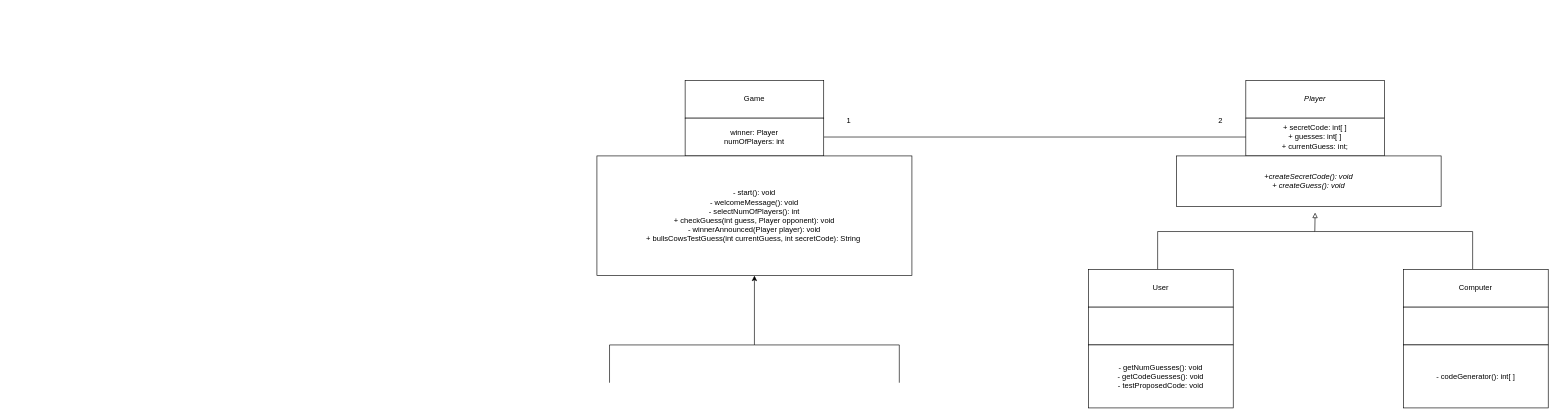
The draw.io diagram Assignment2-UML.drawio in ben-porteous/CompSci718-Miscellaneous, before the edit. Source tidied: cells renumbered, new cells numbered last; positions are measured from the earlier drawing's top-left corner, leaving out a move shared by most shapes. Both pictures are drawn from the tidied source at 63%, with x=0, y=0 at pixel (597, 80).
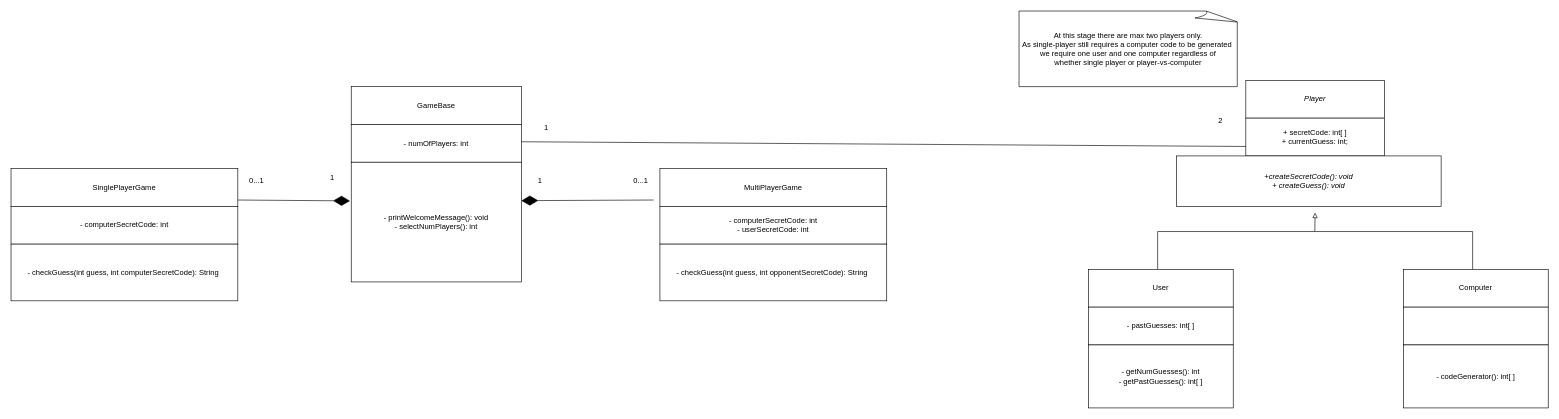
Above is the later version.

What changed in the source:
```diff
@@
-    <mxCell id="3" value="+ secretCode: int[ ]&lt;div&gt;+ guesses: int[ ]&lt;/div&gt;&lt;div&gt;+ currentGuess: int;&lt;/div&gt;" style="rounded=0;whiteSpace=wrap;html=1;" parent="1" vertex="1">
+    <mxCell id="3" value="+ secretCode: int[ ]&lt;div&gt;+ currentGuess: int;&lt;/div&gt;" style="rounded=0;whiteSpace=wrap;html=1;" parent="1" vertex="1">
       <mxGeometry x="1030" y="60" width="220" height="60" as="geometry" />
     </mxCell>
@@
-    <mxCell id="11" style="rounded=0;whiteSpace=wrap;html=1;" parent="1" vertex="1">
+    <mxCell id="11" value="- pastGuesses: int[ ]" style="rounded=0;whiteSpace=wrap;html=1;" parent="1" vertex="1">
       <mxGeometry x="780" y="360" width="230" height="60" as="geometry" />
     </mxCell>
-    <mxCell id="12" value="- getNumGuesses(): void&lt;br&gt;&lt;div&gt;- getCodeGuesses(): void&lt;/div&gt;&lt;div&gt;- testProposedCode: void&lt;/div&gt;" style="rounded=0;whiteSpace=wrap;html=1;" parent="1" vertex="1">
+    <mxCell id="12" value="- getNumGuesses(): int&lt;br&gt;&lt;div&gt;- getPastGuesses(): int[ ]&lt;br&gt;&lt;/div&gt;" style="rounded=0;whiteSpace=wrap;html=1;" parent="1" vertex="1">
       <mxGeometry x="780" y="420" width="230" height="100" as="geometry" />
     </mxCell>
@@
-    <mxCell id="16" style="endArrow=none;html=1;rounded=0;entryX=0;entryY=0.5;entryDx=0;entryDy=0;" parent="1" edge="1" target="3">
+    <mxCell id="16" style="endArrow=none;html=1;rounded=0;entryX=0;entryY=0.75;entryDx=0;entryDy=0;exitX=1;exitY=0.25;exitDx=0;exitDy=0;" parent="1" edge="1" target="3">
       <mxGeometry relative="1" as="geometry">
-        <mxPoint x="360" y="90" as="sourcePoint" />
+        <mxPoint x="-120" y="97.5" as="sourcePoint" />
       </mxGeometry>
     </mxCell>
-    <mxCell id="17" value="Game" style="rounded=0;whiteSpace=wrap;html=1;" parent="1" vertex="1">
-      <mxGeometry x="140" width="220" height="60" as="geometry" />
+    <mxCell id="17" value="GameBase" style="rounded=0;whiteSpace=wrap;html=1;" parent="1" vertex="1">
+      <mxGeometry x="-390" y="10" width="270" height="60" as="geometry" />
     </mxCell>
-    <mxCell id="18" value="winner: Player&lt;div&gt;numOfPlayers: int&lt;/div&gt;" style="rounded=0;whiteSpace=wrap;html=1;" parent="1" vertex="1">
-      <mxGeometry x="140" y="60" width="220" height="60" as="geometry" />
+    <mxCell id="18" value="&lt;div&gt;- numOfPlayers: int&lt;/div&gt;" style="rounded=0;whiteSpace=wrap;html=1;" parent="1" vertex="1">
+      <mxGeometry x="-390" y="70" width="270" height="60" as="geometry" />
     </mxCell>
-    <mxCell id="19" value="- start(): void&lt;div&gt;-&amp;nbsp;welcomeMessage(): void&lt;/div&gt;&lt;div&gt;- selectNumOfPlayers(): int&lt;/div&gt;&lt;div&gt;+ checkGuess(int guess, Player opponent): void&lt;br&gt;&lt;div&gt;- winnerAnnounced(Player player): void&lt;br&gt;&lt;/div&gt;&lt;/div&gt;&lt;div&gt;+ bullsCowsTestGuess(int currentGuess, int secretCode): String&amp;nbsp;&lt;/div&gt;" style="rounded=0;whiteSpace=wrap;html=1;" parent="1" vertex="1">
-      <mxGeometry y="120" width="500" height="190" as="geometry" />
+    <mxCell id="19" value="&lt;div&gt;- printWelcomeMessage(): void&lt;/div&gt;&lt;div&gt;- selectNumPlayers(): int&lt;/div&gt;" style="rounded=0;whiteSpace=wrap;html=1;" parent="1" vertex="1">
+      <mxGeometry x="-390" y="130" width="270" height="190" as="geometry" />
     </mxCell>
     <mxCell id="20" value="1" style="text;html=1;align=center;verticalAlign=middle;whiteSpace=wrap;rounded=0;" parent="1" vertex="1">
-      <mxGeometry x="370" y="50" width="60" height="30" as="geometry" />
+      <mxGeometry x="-110" y="60" width="60" height="30" as="geometry" />
     </mxCell>
@@
-    <mxCell id="22" style="endArrow=classic;html=1;rounded=0;entryX=0.5;entryY=1;entryDx=0;entryDy=0;" parent="1" edge="1" target="19">
-      <mxGeometry relative="1" as="geometry">
-        <mxPoint x="20" y="420" as="sourcePoint" />
-        <Array as="points">
-          <mxPoint x="250" y="420" />
-        </Array>
-      </mxGeometry>
-    </mxCell>
-    <mxCell id="23" style="endArrow=none;html=1;rounded=0;" parent="1" edge="1">
-      <mxGeometry relative="1" as="geometry">
-        <mxPoint x="480" y="420" as="sourcePoint" />
-        <mxPoint x="250" y="420" as="targetPoint" />
-      </mxGeometry>
-    </mxCell>
-    <mxCell id="24" style="endArrow=none;html=1;rounded=0;" parent="1" edge="1">
-      <mxGeometry relative="1" as="geometry">
-        <mxPoint x="480" y="480" as="sourcePoint" />
-        <mxPoint x="480" y="420" as="targetPoint" />
-      </mxGeometry>
-    </mxCell>
-    <mxCell id="25" style="endArrow=none;html=1;rounded=0;" parent="1" edge="1">
-      <mxGeometry relative="1" as="geometry">
-        <mxPoint x="20" y="480" as="sourcePoint" />
-        <mxPoint x="20" y="420" as="targetPoint" />
-      </mxGeometry>
-    </mxCell>
+    <mxCell id="26" value="SinglePlayerGame" style="rounded=0;whiteSpace=wrap;html=1;" parent="1" vertex="1">
+      <mxGeometry x="-930" y="140" width="360" height="60" as="geometry" />
+    </mxCell>
+    <mxCell id="27" value="- computerSecretCode: int" style="rounded=0;whiteSpace=wrap;html=1;" parent="1" vertex="1">
+      <mxGeometry x="-930" y="200" width="360" height="60" as="geometry" />
+    </mxCell>
+    <mxCell id="28" value="&lt;div&gt;- checkGuess(int guess, int computerSecretCode): String&amp;nbsp;&lt;/div&gt;" style="rounded=0;whiteSpace=wrap;html=1;" parent="1" vertex="1">
+      <mxGeometry x="-930" y="260" width="360" height="90" as="geometry" />
+    </mxCell>
+    <mxCell id="29" value="MultiPlayerGame" style="rounded=0;whiteSpace=wrap;html=1;" parent="1" vertex="1">
+      <mxGeometry x="100" y="140" width="360" height="60" as="geometry" />
+    </mxCell>
+    <mxCell id="30" value="- computerSecretCode: int&lt;div&gt;- userSecretCode: int&lt;/div&gt;" style="rounded=0;whiteSpace=wrap;html=1;" parent="1" vertex="1">
+      <mxGeometry x="100" y="200" width="360" height="60" as="geometry" />
+    </mxCell>
+    <mxCell id="31" value="&lt;span style=&quot;white-space: nowrap;&quot;&gt;At this stage there are max two players only.&amp;nbsp;&lt;/span&gt;&lt;div&gt;&lt;span style=&quot;text-wrap: nowrap;&quot;&gt;As single-player still requires a computer code&lt;/span&gt;&lt;span style=&quot;white-space: nowrap;&quot;&gt;&amp;nbsp;to be generated&amp;nbsp;&lt;/span&gt;&lt;span style=&quot;white-space: nowrap;&quot;&gt;&amp;nbsp;&lt;/span&gt;&lt;/div&gt;&lt;div&gt;&lt;div style=&quot;white-space: nowrap;&quot;&gt;we require one user and one computer regardless of&amp;nbsp;&lt;/div&gt;&lt;div style=&quot;white-space: nowrap;&quot;&gt;whether single player or player-vs-computer&amp;nbsp;&lt;/div&gt;&lt;/div&gt;" style="whiteSpace=wrap;html=1;shape=mxgraph.basic.document;overflow=visible;" parent="1" vertex="1">
+      <mxGeometry x="670" y="-110" width="350" height="120" as="geometry" />
+    </mxCell>
+    <mxCell id="32" style="endArrow=diamondThin;endFill=1;endSize=24;html=1;rounded=0;entryX=1;entryY=0.321;entryDx=0;entryDy=0;entryPerimeter=0;" parent="1" edge="1" target="19">
+      <mxGeometry relative="1" as="geometry">
+        <mxPoint x="90" y="190" as="sourcePoint" />
+      </mxGeometry>
+    </mxCell>
+    <mxCell id="33" style="endArrow=diamondThin;endFill=1;endSize=24;html=1;rounded=0;entryX=-0.007;entryY=0.323;entryDx=0;entryDy=0;entryPerimeter=0;" parent="1" edge="1" target="19">
+      <mxGeometry relative="1" as="geometry">
+        <mxPoint x="-570" y="190" as="sourcePoint" />
+      </mxGeometry>
+    </mxCell>
+    <mxCell id="34" value="1" style="text;html=1;align=center;verticalAlign=middle;whiteSpace=wrap;rounded=0;" parent="1" vertex="1">
+      <mxGeometry x="-120" y="145" width="60" height="30" as="geometry" />
+    </mxCell>
+    <mxCell id="35" value="1" style="text;html=1;align=center;verticalAlign=middle;whiteSpace=wrap;rounded=0;" parent="1" vertex="1">
+      <mxGeometry x="-450" y="140" width="60" height="30" as="geometry" />
+    </mxCell>
+    <mxCell id="36" value="0...1" style="text;html=1;align=center;verticalAlign=middle;whiteSpace=wrap;rounded=0;" parent="1" vertex="1">
+      <mxGeometry x="-570" y="145" width="60" height="30" as="geometry" />
+    </mxCell>
+    <mxCell id="37" value="0...1" style="text;html=1;align=center;verticalAlign=middle;whiteSpace=wrap;rounded=0;" parent="1" vertex="1">
+      <mxGeometry x="40" y="145" width="60" height="30" as="geometry" />
+    </mxCell>
+    <mxCell id="38" value="&lt;div&gt;- checkGuess(int guess, int opponentSecretCode): String&amp;nbsp;&lt;/div&gt;" style="rounded=0;whiteSpace=wrap;html=1;" parent="1" vertex="1">
+      <mxGeometry x="100" y="260" width="360" height="90" as="geometry" />
+    </mxCell>
```
